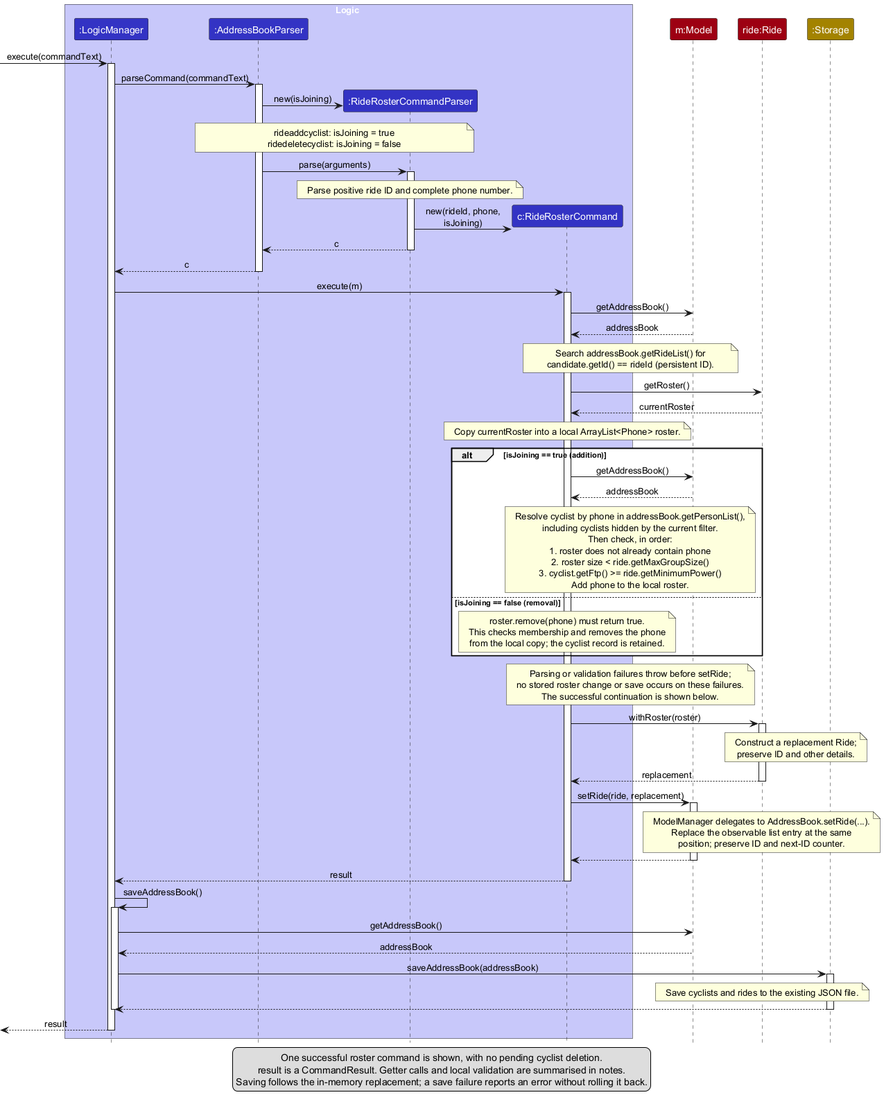
Above: docs/images/RideRosterSequenceDiagram.png in AY2627S1-CS2103T-W11-1/tp (PlantUML), before the change.
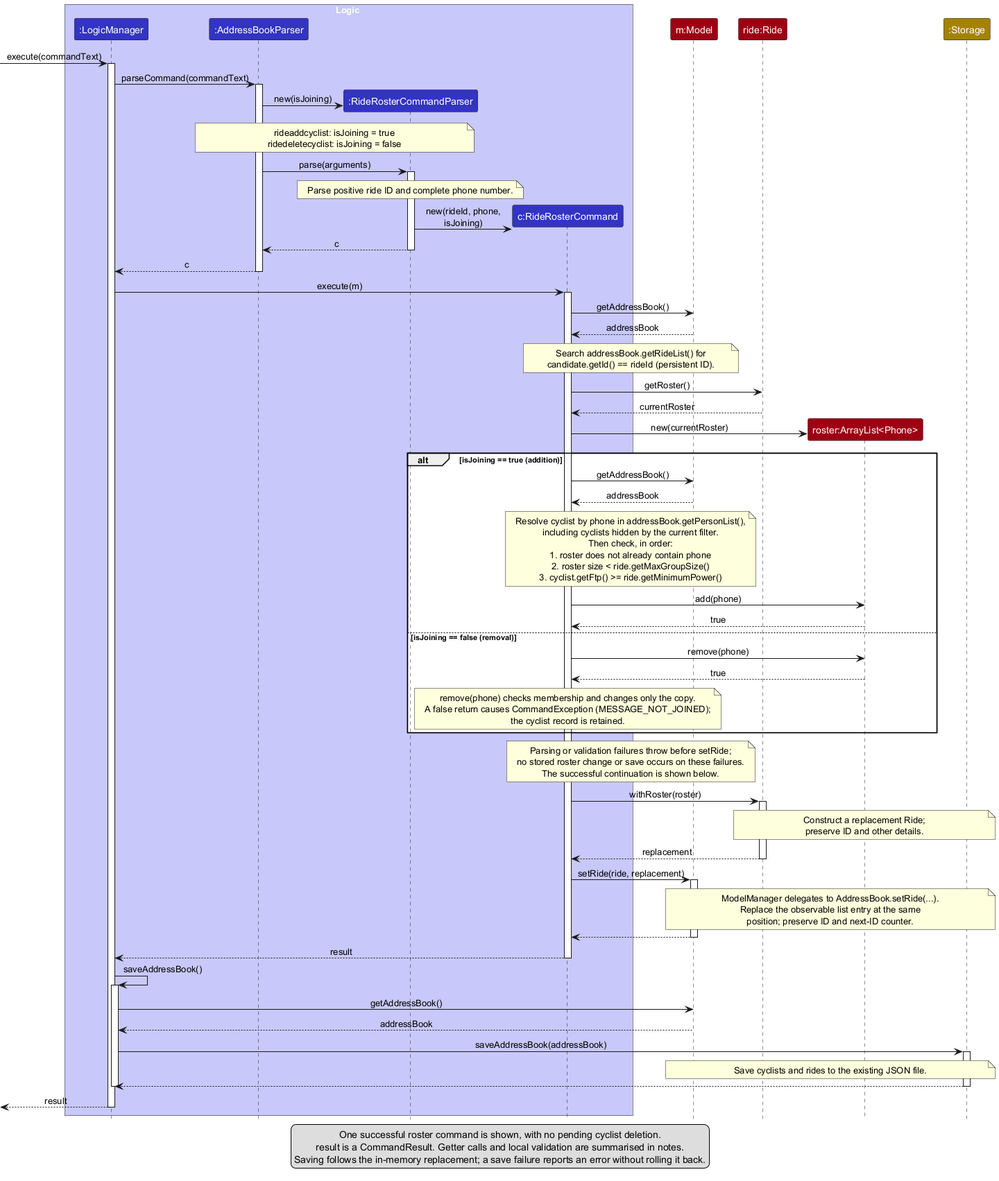
After the change.

Commit message:
Show roster mutations in both sequence branches

The removal branch contains only a note, obscuring the operation
that distinguishes it from addition.

Show the copied roster and its add and remove calls so both paths
contain the actual interactions while preserving validation notes.

What changed in the source:
```diff
@@ -12,6 +12,7 @@
 end box
 participant "m:Model" as Model MODEL_COLOR
 participant "ride:Ride" as Ride MODEL_COLOR
+participant "roster:ArrayList<Phone>" as Roster MODEL_COLOR
 participant ":Storage" as Storage STORAGE_COLOR
 
 [-> Logic : execute(commandText)
@@ -44,7 +45,8 @@
 end note
 Command -> Ride : getRoster()
 Ride --> Command : currentRoster
-note over Command : Copy currentRoster into a local ArrayList<Phone> roster.
+create Roster
+Command -> Roster : new(currentRoster)
 
 alt isJoining == true (addition)
     Command -> Model : getAddressBook()
@@ -56,13 +58,16 @@
       1. roster does not already contain phone
       2. roster size < ride.getMaxGroupSize()
       3. cyclist.getFtp() >= ride.getMinimumPower()
-      Add phone to the local roster.
     end note
+    Command -> Roster : add(phone)
+    Roster --> Command : true
 else isJoining == false (removal)
+    Command -> Roster : remove(phone)
+    Roster --> Command : true
     note over Command
-      roster.remove(phone) must return true.
-      This checks membership and removes the phone
-      from the local copy; the cyclist record is retained.
+      remove(phone) checks membership and changes only the copy.
+      A false return causes CommandException (MESSAGE_NOT_JOINED);
+      the cyclist record is retained.
     end note
 end
 
```
